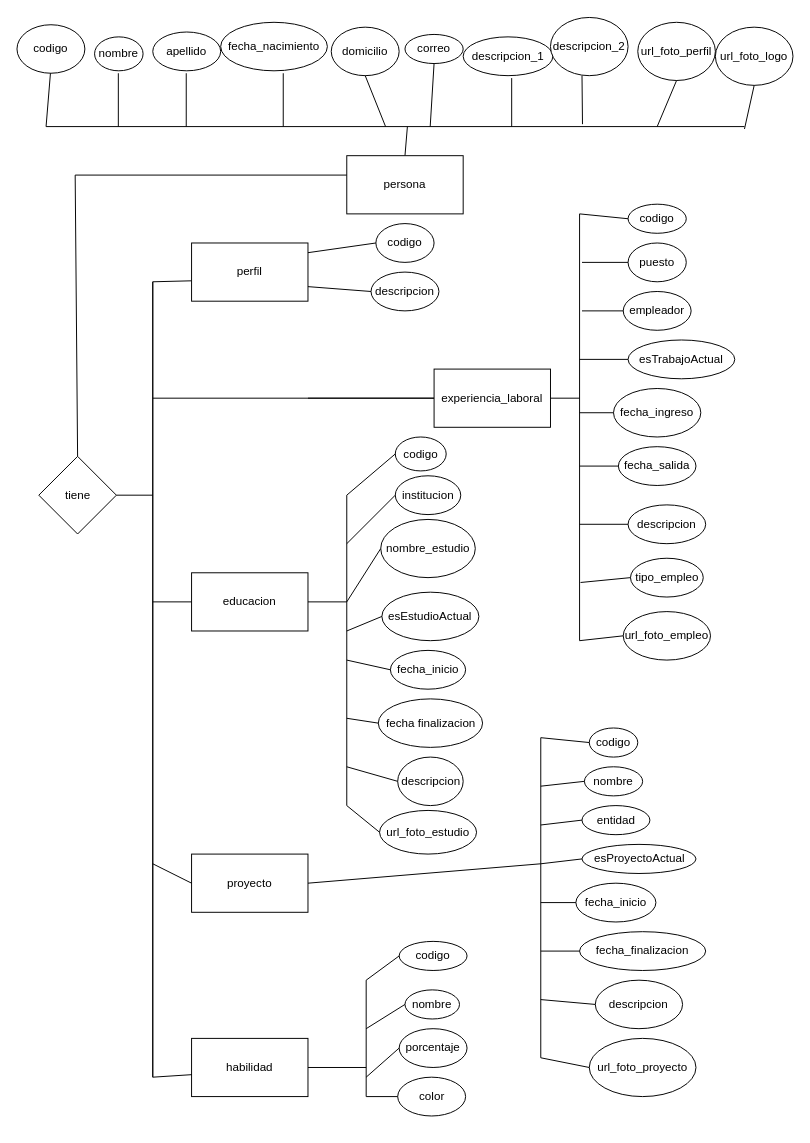
FacuMe/ArgProg-Portfolio-Backend keeps this draw.io diagram as der portfolio.drawio. Above is the earlier version. Source tidied: cells renumbered, new cells numbered last; positions are measured from the earlier drawing's top-left corner, leaving out a move shared by most shapes. Both pictures are drawn from the tidied source at 97%, with x=0, y=0 at pixel (16, 17).
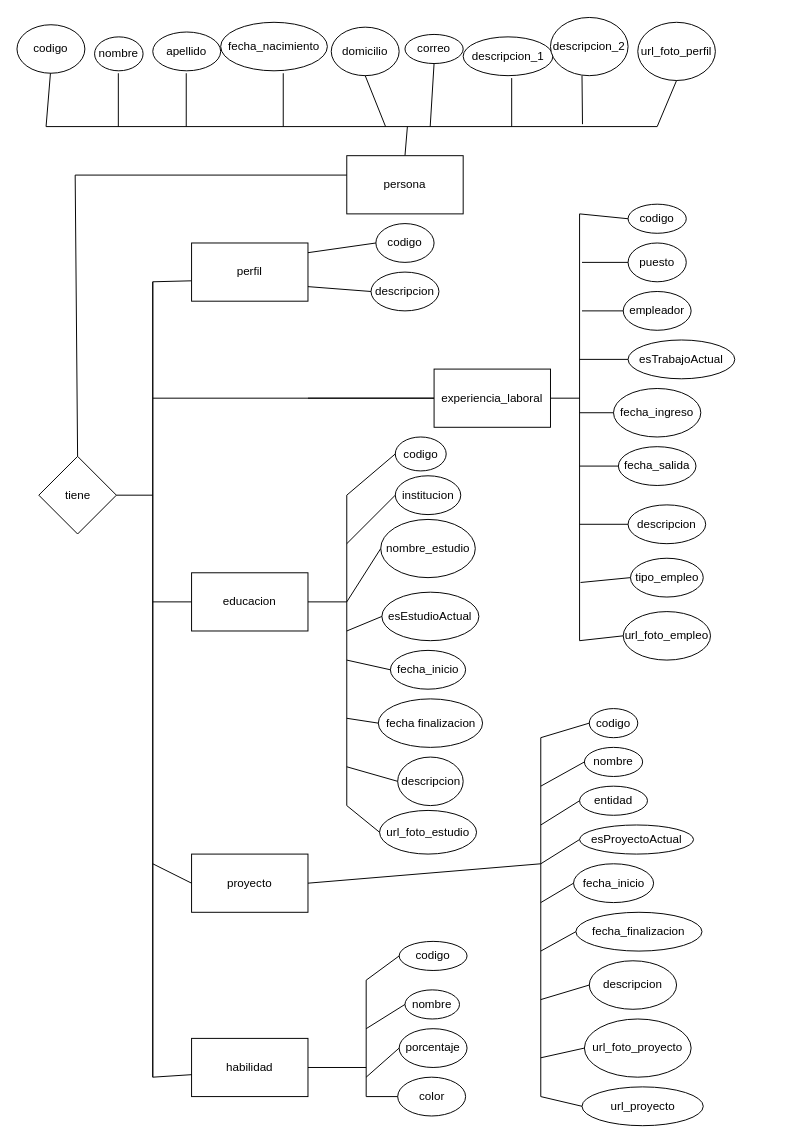
The same page after the edit.

Diff of the diagram source:
```diff
@@
-    <mxCell id="9" value="url_foto_logo" style="ellipse;whiteSpace=wrap;html=1;" parent="1" vertex="1">
-      <mxGeometry x="720" y="9.5" width="80" height="60" as="geometry" />
-    </mxCell>
-    <mxCell id="10" style="endArrow=none;html=1;rounded=0;entryX=0.5;entryY=1;entryDx=0;entryDy=0;" parent="1" edge="1" target="9">
-      <mxGeometry relative="1" as="geometry">
-        <mxPoint x="750" y="114.5" as="sourcePoint" />
-      </mxGeometry>
-    </mxCell>
@@
     <mxCell id="18" style="endArrow=none;html=1;rounded=0;" parent="1" edge="1">
       <mxGeometry relative="1" as="geometry">
-        <mxPoint x="750" y="112" as="sourcePoint" />
+        <mxPoint x="660" y="112" as="sourcePoint" />
         <mxPoint x="30" y="112" as="targetPoint" />
       </mxGeometry>
     </mxCell>
@@
     <mxCell id="43" value="codigo" style="ellipse;whiteSpace=wrap;html=1;" parent="1" vertex="1">
-      <mxGeometry x="590" y="732" width="50" height="30" as="geometry" />
+      <mxGeometry x="590" y="712" width="50" height="30" as="geometry" />
     </mxCell>
     <mxCell id="44" value="nombre" style="ellipse;whiteSpace=wrap;html=1;" parent="1" vertex="1">
-      <mxGeometry x="585" y="772" width="60" height="30" as="geometry" />
+      <mxGeometry x="585" y="752" width="60" height="30" as="geometry" />
     </mxCell>
     <mxCell id="45" value="entidad" style="ellipse;whiteSpace=wrap;html=1;" parent="1" vertex="1">
-      <mxGeometry x="582.5" y="812" width="70" height="30" as="geometry" />
+      <mxGeometry x="580" y="792" width="70" height="30" as="geometry" />
     </mxCell>
     <mxCell id="46" value="esProyectoActual" style="ellipse;whiteSpace=wrap;html=1;" parent="1" vertex="1">
-      <mxGeometry x="582.5" y="852" width="117.5" height="30" as="geometry" />
+      <mxGeometry x="580" y="832" width="117.5" height="30" as="geometry" />
     </mxCell>
     <mxCell id="47" value="fecha_inicio" style="ellipse;whiteSpace=wrap;html=1;" parent="1" vertex="1">
-      <mxGeometry x="576.2" y="892" width="82.5" height="40" as="geometry" />
+      <mxGeometry x="573.8" y="872" width="82.5" height="40" as="geometry" />
     </mxCell>
     <mxCell id="48" value="descripcion" style="ellipse;whiteSpace=wrap;html=1;" parent="1" vertex="1">
-      <mxGeometry x="596.2" y="992" width="90" height="50" as="geometry" />
+      <mxGeometry x="590" y="972" width="90" height="50" as="geometry" />
     </mxCell>
@@
     <mxCell id="79" style="endArrow=none;html=1;rounded=0;" parent="1" edge="1">
       <mxGeometry relative="1" as="geometry">
-        <mxPoint x="540" y="1072" as="sourcePoint" />
+        <mxPoint x="540" y="1112" as="sourcePoint" />
         <mxPoint x="540" y="742" as="targetPoint" />
       </mxGeometry>
     </mxCell>
@@
     <mxCell id="97" value="fecha_finalizacion" style="ellipse;whiteSpace=wrap;html=1;" parent="1" vertex="1">
-      <mxGeometry x="580" y="942" width="130" height="40" as="geometry" />
+      <mxGeometry x="576.2" y="922" width="130" height="40" as="geometry" />
     </mxCell>
@@
     <mxCell id="107" value="url_foto_proyecto" style="ellipse;whiteSpace=wrap;html=1;" parent="1" vertex="1">
-      <mxGeometry x="590" y="1052" width="110" height="60" as="geometry" />
+      <mxGeometry x="585" y="1032" width="110" height="60" as="geometry" />
     </mxCell>
@@
+    <mxCell id="111" value="url_proyecto" style="ellipse;whiteSpace=wrap;html=1;" parent="1" vertex="1">
+      <mxGeometry x="582.5" y="1102" width="125" height="40" as="geometry" />
+    </mxCell>
+    <mxCell id="112" style="endArrow=none;html=1;rounded=0;entryX=0;entryY=0.5;entryDx=0;entryDy=0;" parent="1" edge="1" target="111">
+      <mxGeometry relative="1" as="geometry">
+        <mxPoint x="540" y="1112" as="sourcePoint" />
+      </mxGeometry>
+    </mxCell>
```
